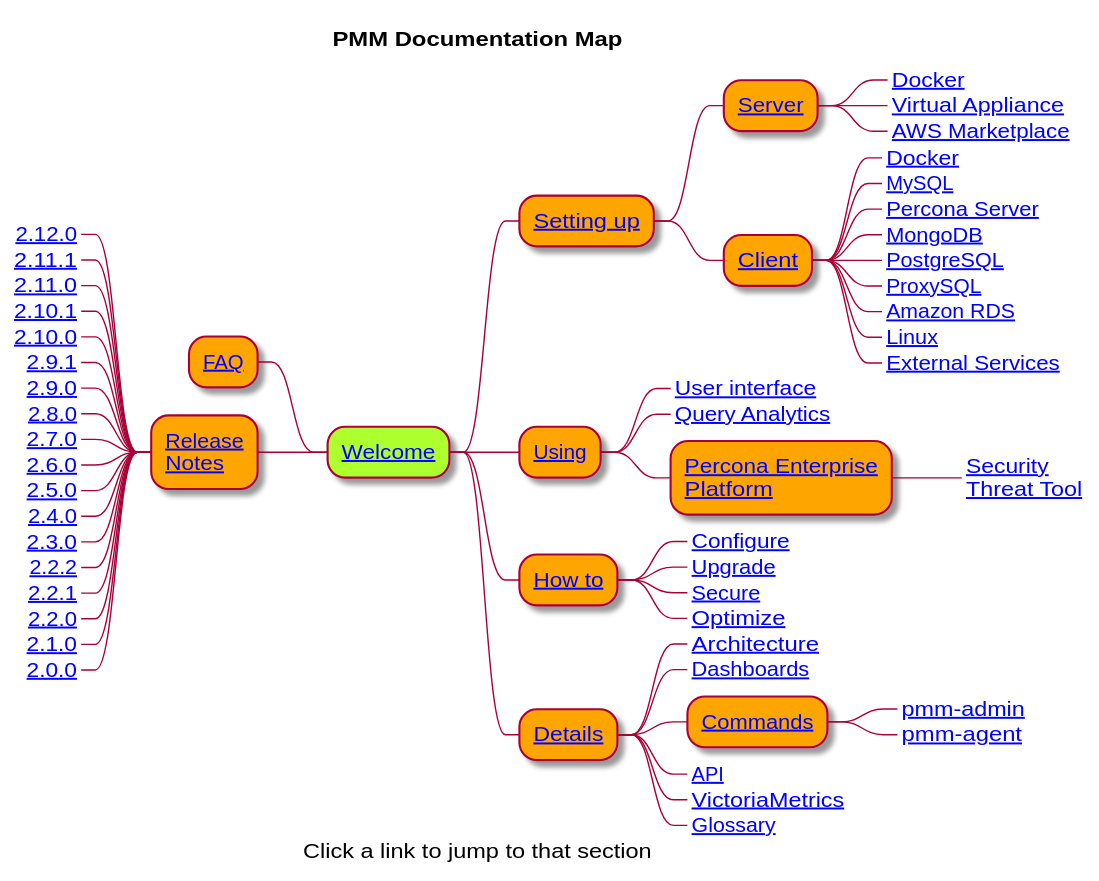
percona/pmm keeps this PlantUML diagram as docs/_images/PMM_Documentation_Map.svg. Above is the earlier version. Its diagram source:
```plantuml
@startmindmap "PMM_Documentation_Map"
title PMM Documentation Map
caption Click a link to jump to that section


<style>
mindmapDiagram {
  node {
    BackgroundColor Orange
  }
}
</style>

*[#GreenYellow] [[https://www.percona.com/doc/percona-monitoring-and-management/2.x/index.html Welcome]]
** [[https://www.percona.com/doc/percona-monitoring-and-management/2.x/setting-up/ Setting up]]
*** [[https://www.percona.com/doc/percona-monitoring-and-management/2.x/setting-up/server/ Server]]
****_ [[https://www.percona.com/doc/percona-monitoring-and-management/2.x/setting-up/server/docker.html Docker]]
****_ [[https://www.percona.com/doc/percona-monitoring-and-management/2.x/setting-up/server/virtual-appliance.html Virtual Appliance]]
****_ [[https://www.percona.com/doc/percona-monitoring-and-management/2.x/setting-up/server/aws.html AWS Marketplace]]
*** [[https://www.percona.com/doc/percona-monitoring-and-management/2.x/setting-up/client/ Client]]
****_ [[https://www.percona.com/doc/percona-monitoring-and-management/2.x/setting-up/client/docker.html Docker]]
****_ [[https://www.percona.com/doc/percona-monitoring-and-management/2.x/setting-up/client/mysql.html MySQL]]
****_ [[https://www.percona.com/doc/percona-monitoring-and-management/2.x/setting-up/client/percona-server.html Percona Server]]
****_ [[https://www.percona.com/doc/percona-monitoring-and-management/2.x/setting-up/client/mongodb.html MongoDB]]
****_ [[https://www.percona.com/doc/percona-monitoring-and-management/2.x/setting-up/client/postgresql.html PostgreSQL]]
****_ [[https://www.percona.com/doc/percona-monitoring-and-management/2.x/setting-up/client/proxysql.html ProxySQL]]
****_ [[https://www.percona.com/doc/percona-monitoring-and-management/2.x/setting-up/client/aws.html Amazon RDS]]
****_ [[https://www.percona.com/doc/percona-monitoring-and-management/2.x/setting-up/client/linux.html Linux]]
****_ [[https://www.percona.com/doc/percona-monitoring-and-management/2.x/setting-up/client/external.html External Services]]

** [[https://www.percona.com/doc/percona-monitoring-and-management/2.x/using/ Using]]
***_ [[https://www.percona.com/doc/percona-monitoring-and-management/2.x/using/interface.html User interface]]
***_ [[https://www.percona.com/doc/percona-monitoring-and-management/2.x/using/query-analytics.html Query Analytics]]
*** [[https://www.percona.com/doc/percona-monitoring-and-management/2.x/using/platform/ Percona Enterprise\nPlatform]]
****_ [[https://www.percona.com/doc/percona-monitoring-and-management/2.x/using/platform/security-threat-tool.html Security\nThreat Tool]]

** [[https://www.percona.com/doc/percona-monitoring-and-management/2.x/how-to/ How to]]
***_ [[https://www.percona.com/doc/percona-monitoring-and-management/2.x/how-to/configure.html Configure]]
***_ [[https://www.percona.com/doc/percona-monitoring-and-management/2.x/how-to/upgrade.html Upgrade]]
***_ [[https://www.percona.com/doc/percona-monitoring-and-management/2.x/how-to/secure.html Secure]]
***_ [[https://www.percona.com/doc/percona-monitoring-and-management/2.x/how-to/optimize.html Optimize]]

** [[https://www.percona.com/doc/percona-monitoring-and-management/2.x/details/ Details]]
***_ [[https://www.percona.com/doc/percona-monitoring-and-management/2.x/details/architecture.html Architecture]]
***_ [[https://www.percona.com/doc/percona-monitoring-and-management/2.x/details/dashboards/ Dashboards]]
*** [[https://www.percona.com/doc/percona-monitoring-and-management/2.x/details/commands/ Commands]]
****_ [[https://www.percona.com/doc/percona-monitoring-and-management/2.x/details/commands/pmm-admin.html pmm-admin]]
****_ [[https://www.percona.com/doc/percona-monitoring-and-management/2.x/details/commands/pmm-agent.html pmm-agent]]
***_ [[https://www.percona.com/doc/percona-monitoring-and-management/2.x/details/api.html API]]
***_ [[https://www.percona.com/doc/percona-monitoring-and-management/2.x/details/victoria-metrics.html VictoriaMetrics]]
***_ [[https://www.percona.com/doc/percona-monitoring-and-management/2.x/details/glossary.html Glossary]]

left side

** [[https://www.percona.com/doc/percona-monitoring-and-management/2.x/faq.html FAQ]]

** [[https://www.percona.com/doc/percona-monitoring-and-management/2.x/release-notes/ Release\nNotes]]
***_ [[https://www.percona.com/doc/percona-monitoring-and-management/2.x/release-notes/2.12.0.html 2.12.0]]
***_ [[https://www.percona.com/doc/percona-monitoring-and-management/2.x/release-notes/2.11.1.html 2.11.1]]
***_ [[https://www.percona.com/doc/percona-monitoring-and-management/2.x/release-notes/2.11.0.html 2.11.0]]
***_ [[https://www.percona.com/doc/percona-monitoring-and-management/2.x/release-notes/2.10.1.html 2.10.1]]
***_ [[https://www.percona.com/doc/percona-monitoring-and-management/2.x/release-notes/2.10.0.html 2.10.0]]
***_ [[https://www.percona.com/doc/percona-monitoring-and-management/2.x/release-notes/2.9.1.html 2.9.1]]
***_ [[https://www.percona.com/doc/percona-monitoring-and-management/2.x/release-notes/2.9.0.html 2.9.0]]
***_ [[https://www.percona.com/doc/percona-monitoring-and-management/2.x/release-notes/2.8.0.html 2.8.0]]
***_ [[https://www.percona.com/doc/percona-monitoring-and-management/2.x/release-notes/2.7.0.html 2.7.0]]
***_ [[https://www.percona.com/doc/percona-monitoring-and-management/2.x/release-notes/2.6.0.html 2.6.0]]
***_ [[https://www.percona.com/doc/percona-monitoring-and-management/2.x/release-notes/2.5.0.html 2.5.0]]
***_ [[https://www.percona.com/doc/percona-monitoring-and-management/2.x/release-notes/2.4.0.html 2.4.0]]
***_ [[https://www.percona.com/doc/percona-monitoring-and-management/2.x/release-notes/2.3.0.html 2.3.0]]
***_ [[https://www.percona.com/doc/percona-monitoring-and-management/2.x/release-notes/2.2.2.html 2.2.2]]
***_ [[https://www.percona.com/doc/percona-monitoring-and-management/2.x/release-notes/2.2.1.html 2.2.1]]
***_ [[https://www.percona.com/doc/percona-monitoring-and-management/2.x/release-notes/2.2.0.html 2.2.0]]
***_ [[https://www.percona.com/doc/percona-monitoring-and-management/2.x/release-notes/2.1.0.html 2.1.0]]
***_ [[https://www.percona.com/doc/percona-monitoring-and-management/2.x/release-notes/2.0.0.html 2.0.0]]
@endmindmap
```
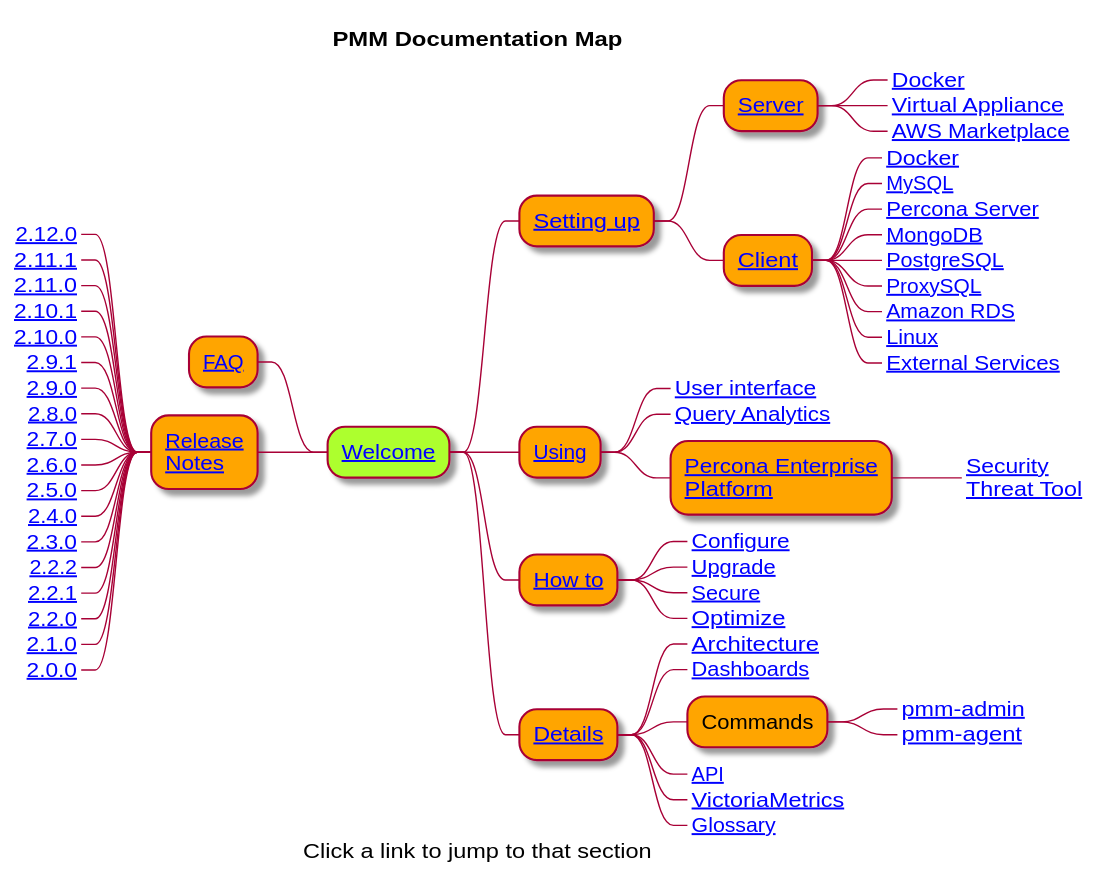
After the commit.

Commit message:
No link for /details/commands/

What changed in the source:
```diff
@@ -43,7 +43,7 @@
 ** [[https://www.percona.com/doc/percona-monitoring-and-management/2.x/details/ Details]]
 ***_ [[https://www.percona.com/doc/percona-monitoring-and-management/2.x/details/architecture.html Architecture]]
 ***_ [[https://www.percona.com/doc/percona-monitoring-and-management/2.x/details/dashboards/ Dashboards]]
-*** [[https://www.percona.com/doc/percona-monitoring-and-management/2.x/details/commands/ Commands]]
+*** Commands
 ****_ [[https://www.percona.com/doc/percona-monitoring-and-management/2.x/details/commands/pmm-admin.html pmm-admin]]
 ****_ [[https://www.percona.com/doc/percona-monitoring-and-management/2.x/details/commands/pmm-agent.html pmm-agent]]
 ***_ [[https://www.percona.com/doc/percona-monitoring-and-management/2.x/details/api.html API]]
```
